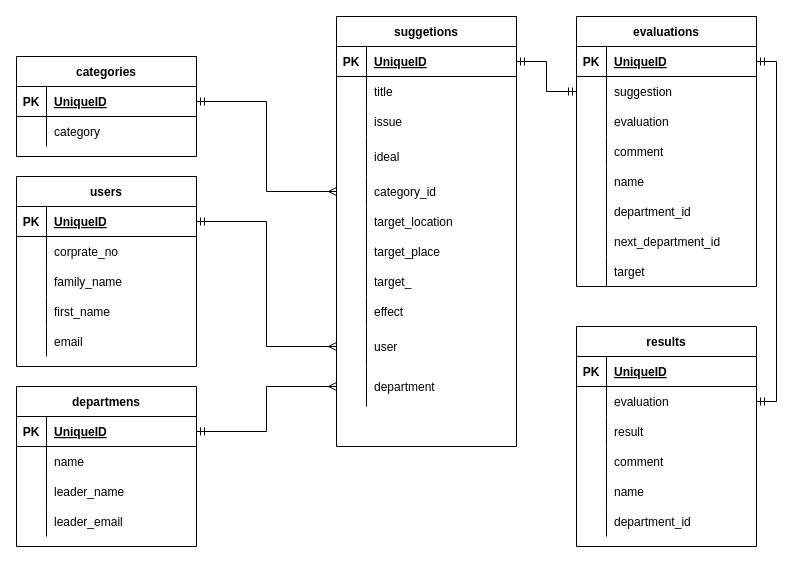
Above: db/suggestion_box_ER.dio in f-mio/suggestion_box (draw.io), before the change. Source tidied: cells renumbered, new cells numbered last; positions are measured from the earlier drawing's top-left corner, leaving out a move shared by most shapes. Both pictures are drawn from the tidied source at 100%, with x=0, y=0 at pixel (16, 16).
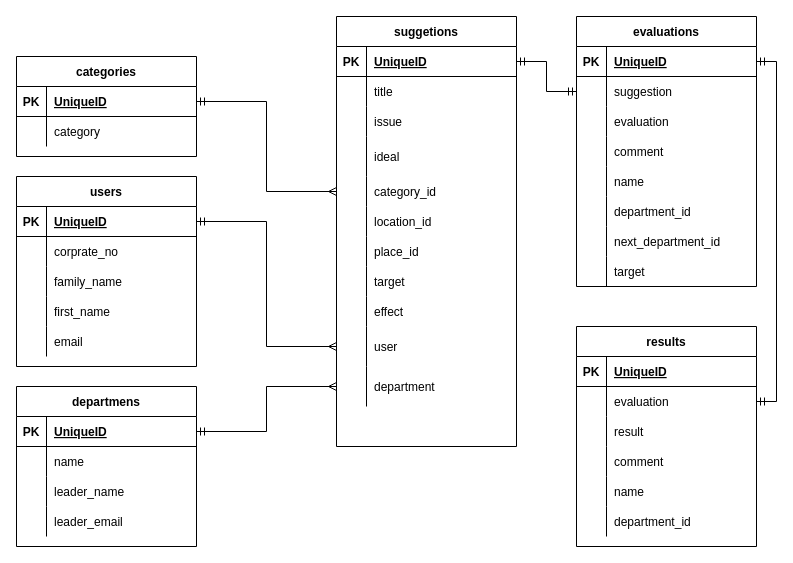
The same diagram, later.

Commit message (it also covers changes not shown here):
suggestion/showページの作成

Unchanged cells that the change refers to:
```xml
<mxCell id="18" style="shape=partialRectangle;fillColor=none;top=0;left=0;bottom=0;right=0;" parent="2" vertex="1">
  <mxGeometry y="190" width="180" height="30" as="geometry" />
</mxCell>
<mxCell id="21" style="shape=partialRectangle;fillColor=none;top=0;left=0;bottom=0;right=0;" parent="2" vertex="1">
  <mxGeometry y="220" width="180" height="30" as="geometry" />
</mxCell>
<mxCell id="24" style="shape=partialRectangle;fillColor=none;top=0;left=0;bottom=0;right=0;" parent="2" vertex="1">
  <mxGeometry y="250" width="180" height="30" as="geometry" />
</mxCell>
```

The edit, as a diff of the source:
```diff
@@
-    <mxCell id="20" value="target_location" style="shape=partialRectangle;fillColor=none;top=0;left=0;bottom=0;right=0;align=left;spacingLeft=6;overflow=hidden;" parent="18" vertex="1">
+    <mxCell id="20" value="location_id" style="shape=partialRectangle;fillColor=none;top=0;left=0;bottom=0;right=0;align=left;spacingLeft=6;overflow=hidden;" parent="18" vertex="1">
       <mxGeometry x="30" width="150" height="30" as="geometry" />
     </mxCell>
@@
-    <mxCell id="23" value="target_place" style="shape=partialRectangle;fillColor=none;top=0;left=0;bottom=0;right=0;align=left;spacingLeft=6;overflow=hidden;" parent="21" vertex="1">
+    <mxCell id="23" value="place_id" style="shape=partialRectangle;fillColor=none;top=0;left=0;bottom=0;right=0;align=left;spacingLeft=6;overflow=hidden;" parent="21" vertex="1">
       <mxGeometry x="30" width="150" height="30" as="geometry" />
     </mxCell>
@@
-    <mxCell id="26" value="target_" style="shape=partialRectangle;fillColor=none;top=0;left=0;bottom=0;right=0;align=left;spacingLeft=6;overflow=hidden;" parent="24" vertex="1">
+    <mxCell id="26" value="target" style="shape=partialRectangle;fillColor=none;top=0;left=0;bottom=0;right=0;align=left;spacingLeft=6;overflow=hidden;" parent="24" vertex="1">
       <mxGeometry x="30" width="150" height="30" as="geometry" />
     </mxCell>
```
